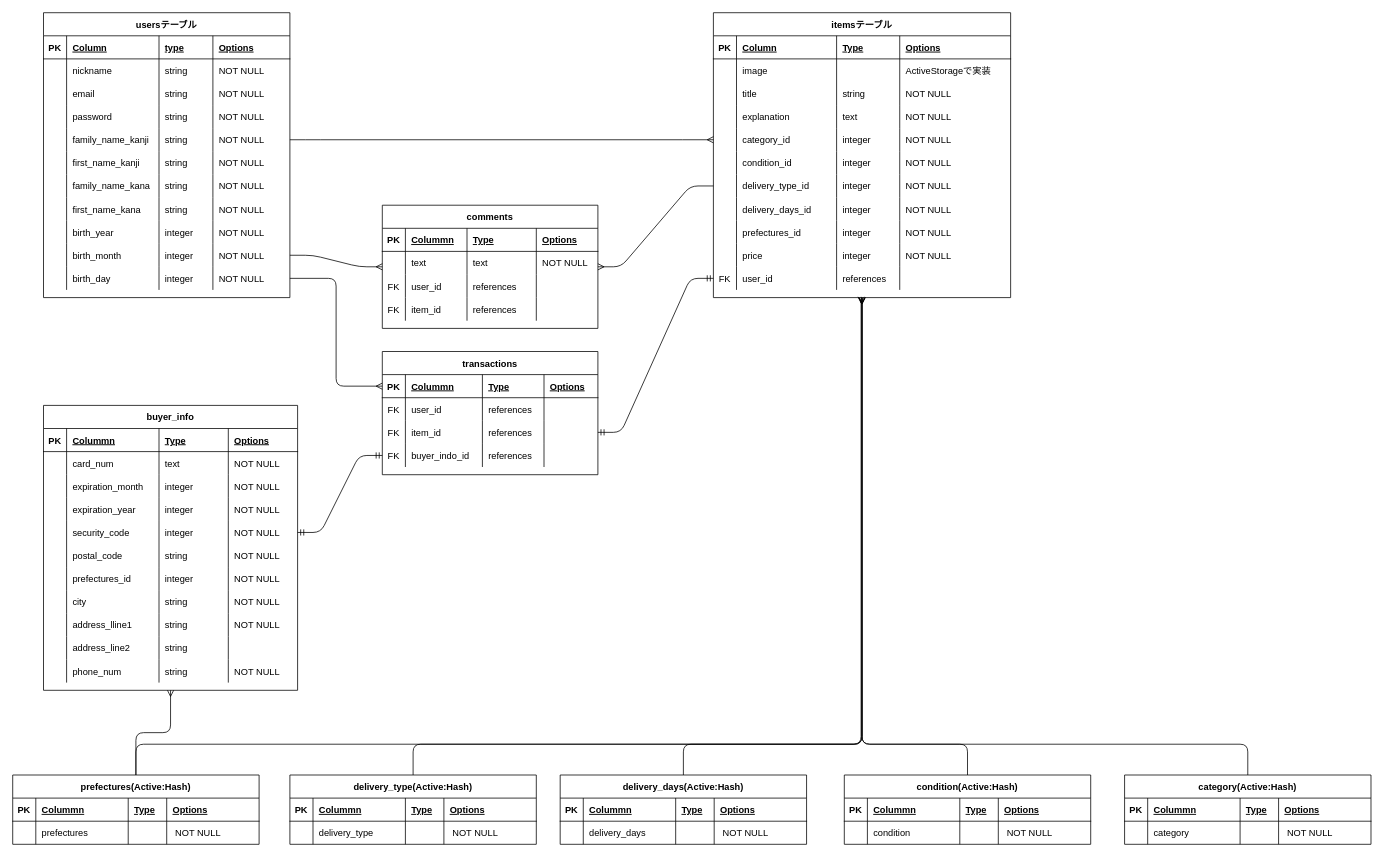
Earlier version of the draw.io diagram er_draw.dio (yosuke-yagishita/furima-30458). Source tidied: cells renumbered, new cells numbered last; positions are measured from the earlier drawing's top-left corner, leaving out a move shared by most shapes. Both pictures are drawn from the tidied source at 77%, with x=0, y=0 at pixel (12, 12).
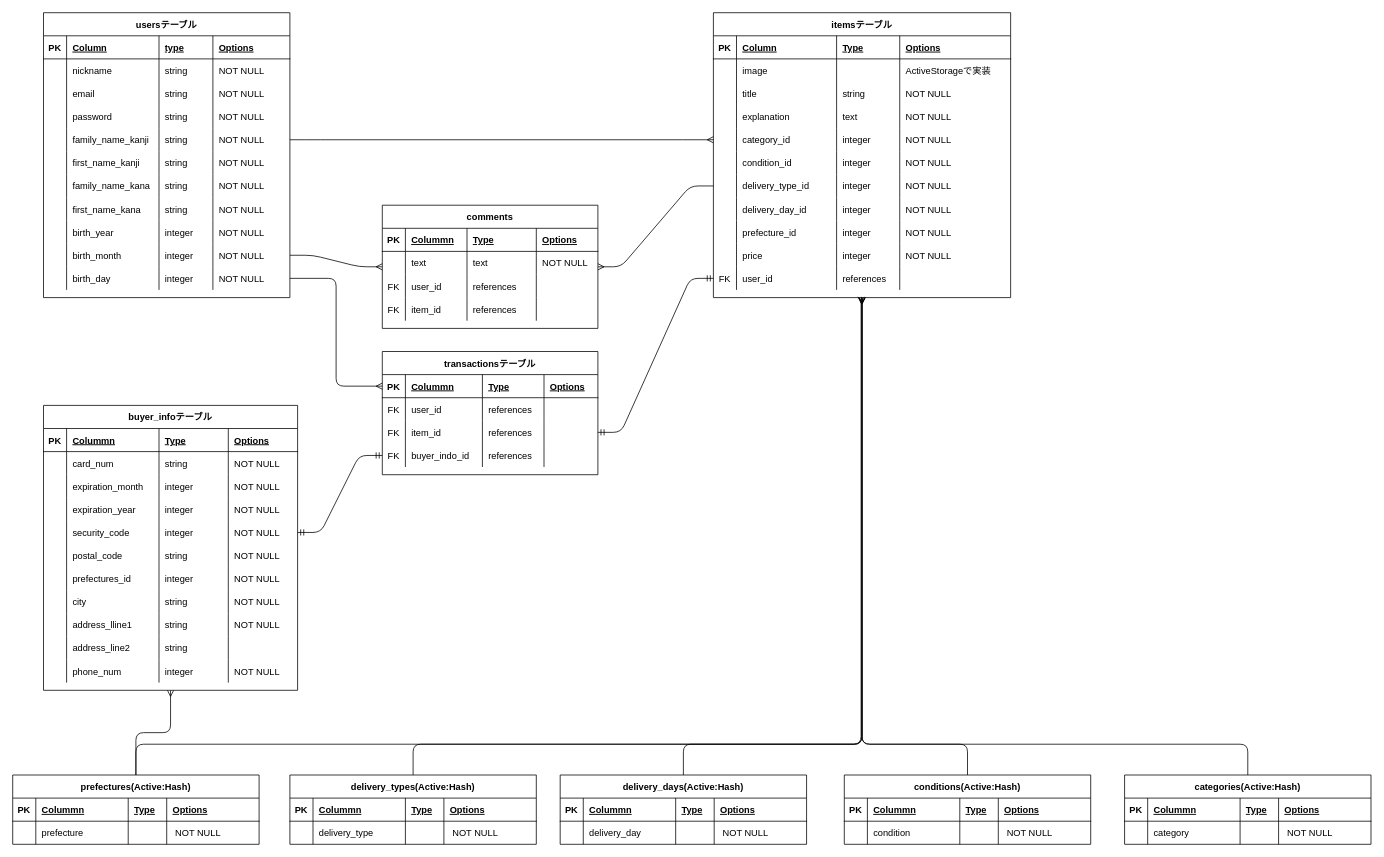
The same page after the edit.

Commit message (it also covers changes not shown here):
データベース設計

The change refers to these unchanged cells:
```xml
<mxCell id="94" style="shape=partialRectangle;fillColor=none;top=0;left=0;bottom=0;right=0;" parent="58" vertex="1">
  <mxGeometry y="240" width="386" height="30" as="geometry" />
</mxCell>
<mxCell id="99" style="shape=partialRectangle;fillColor=none;top=0;left=0;bottom=0;right=0;" parent="58" vertex="1">
  <mxGeometry y="270" width="386" height="30" as="geometry" />
</mxCell>
<mxCell id="149" style="shape=partialRectangle;fillColor=none;top=0;left=0;bottom=0;right=0;" parent="143" vertex="1">
  <mxGeometry y="60" width="330" height="30" as="geometry" />
</mxCell>
<mxCell id="194" style="shape=partialRectangle;fillColor=none;top=0;left=0;bottom=0;right=0;" parent="143" vertex="1">
  <mxGeometry y="330" width="330" height="30" as="geometry" />
</mxCell>
<mxCell id="227" style="shape=partialRectangle;fillColor=none;top=0;left=0;bottom=0;right=0;" parent="221" vertex="1">
  <mxGeometry y="60" width="320" height="30" as="geometry" />
</mxCell>
<mxCell id="249" style="shape=partialRectangle;fillColor=none;top=0;left=0;bottom=0;right=0;" parent="243" vertex="1">
  <mxGeometry y="60" width="320" height="30" as="geometry" />
</mxCell>
```

Change to the diagram source:
```diff
@@
-    <mxCell id="96" value="delivery_days_id" style="shape=partialRectangle;fillColor=none;top=0;left=0;bottom=0;right=0;align=left;spacingLeft=6;overflow=hidden;" parent="94" vertex="1">
+    <mxCell id="96" value="delivery_day_id" style="shape=partialRectangle;fillColor=none;top=0;left=0;bottom=0;right=0;align=left;spacingLeft=6;overflow=hidden;" parent="94" vertex="1">
       <mxGeometry x="30" width="130" height="30" as="geometry" />
     </mxCell>
@@
-    <mxCell id="101" value="prefectures_id" style="shape=partialRectangle;fillColor=none;top=0;left=0;bottom=0;right=0;align=left;spacingLeft=6;overflow=hidden;" parent="99" vertex="1">
+    <mxCell id="101" value="prefecture_id" style="shape=partialRectangle;fillColor=none;top=0;left=0;bottom=0;right=0;align=left;spacingLeft=6;overflow=hidden;" parent="99" vertex="1">
       <mxGeometry x="30" width="130" height="30" as="geometry" />
     </mxCell>
@@
-    <mxCell id="143" value="buyer_info" style="shape=table;startSize=30;childLayout=tableLayout;rowLines=0;fontStyle=1;align=center;" parent="1" vertex="1">
+    <mxCell id="143" value="buyer_infoテーブル" style="shape=table;startSize=30;childLayout=tableLayout;rowLines=0;fontStyle=1;align=center;" parent="1" vertex="1">
       <mxGeometry x="40" y="510" width="330" height="370" as="geometry" />
     </mxCell>
@@
-    <mxCell id="152" value="text" style="shape=partialRectangle;fillColor=none;top=0;left=0;bottom=0;right=0;align=left;spacingLeft=6;overflow=hidden;" parent="149" vertex="1">
+    <mxCell id="152" value="string" style="shape=partialRectangle;fillColor=none;top=0;left=0;bottom=0;right=0;align=left;spacingLeft=6;overflow=hidden;" parent="149" vertex="1">
       <mxGeometry x="150" width="90" height="30" as="geometry" />
     </mxCell>
@@
-    <mxCell id="197" value="string" style="shape=partialRectangle;fillColor=none;top=0;left=0;bottom=0;right=0;align=left;spacingLeft=6;overflow=hidden;" parent="194" vertex="1">
+    <mxCell id="197" value="integer" style="shape=partialRectangle;fillColor=none;top=0;left=0;bottom=0;right=0;align=left;spacingLeft=6;overflow=hidden;" parent="194" vertex="1">
       <mxGeometry x="150" width="90" height="30" as="geometry" />
     </mxCell>
@@
-    <mxCell id="199" value="category(Active:Hash)" style="shape=table;startSize=30;childLayout=tableLayout;rowLines=0;fontStyle=1;align=center;" parent="1" vertex="1">
+    <mxCell id="199" value="categories(Active:Hash)" style="shape=table;startSize=30;childLayout=tableLayout;rowLines=0;fontStyle=1;align=center;" parent="1" vertex="1">
       <mxGeometry x="1444" y="990" width="320" height="90" as="geometry" />
     </mxCell>
@@
-    <mxCell id="210" value="condition(Active:Hash)" style="shape=table;startSize=30;childLayout=tableLayout;rowLines=0;fontStyle=1;align=center;" parent="1" vertex="1">
+    <mxCell id="210" value="conditions(Active:Hash)" style="shape=table;startSize=30;childLayout=tableLayout;rowLines=0;fontStyle=1;align=center;" parent="1" vertex="1">
       <mxGeometry x="1080" y="990" width="320" height="90" as="geometry" />
     </mxCell>
@@
-    <mxCell id="229" value="delivery_days" style="shape=partialRectangle;fillColor=none;top=0;left=0;bottom=0;right=0;align=left;spacingLeft=6;overflow=hidden;" parent="227" vertex="1">
+    <mxCell id="229" value="delivery_day" style="shape=partialRectangle;fillColor=none;top=0;left=0;bottom=0;right=0;align=left;spacingLeft=6;overflow=hidden;" parent="227" vertex="1">
       <mxGeometry x="30" width="120" height="30" as="geometry" />
     </mxCell>
@@
-    <mxCell id="232" value="delivery_type(Active:Hash)" style="shape=table;startSize=30;childLayout=tableLayout;rowLines=0;fontStyle=1;align=center;" parent="1" vertex="1">
+    <mxCell id="232" value="delivery_types(Active:Hash)" style="shape=table;startSize=30;childLayout=tableLayout;rowLines=0;fontStyle=1;align=center;" parent="1" vertex="1">
       <mxGeometry x="360" y="990" width="320" height="90" as="geometry" />
     </mxCell>
@@
-    <mxCell id="251" value="prefectures" style="shape=partialRectangle;fillColor=none;top=0;left=0;bottom=0;right=0;align=left;spacingLeft=6;overflow=hidden;" parent="249" vertex="1">
+    <mxCell id="251" value="prefecture" style="shape=partialRectangle;fillColor=none;top=0;left=0;bottom=0;right=0;align=left;spacingLeft=6;overflow=hidden;" parent="249" vertex="1">
       <mxGeometry x="30" width="120" height="30" as="geometry" />
     </mxCell>
@@
-    <mxCell id="255" value="transactions" style="shape=table;startSize=30;childLayout=tableLayout;rowLines=0;fontStyle=1;align=center;" parent="1" vertex="1">
+    <mxCell id="255" value="transactionsテーブル" style="shape=table;startSize=30;childLayout=tableLayout;rowLines=0;fontStyle=1;align=center;" parent="1" vertex="1">
       <mxGeometry x="480" y="440" width="280" height="160" as="geometry" />
     </mxCell>
```
